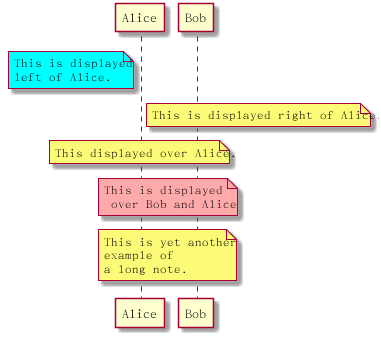
Earlier version of the PlantUML export draw/plantuml/plantuml17.png (lsytj0413/learn-note).
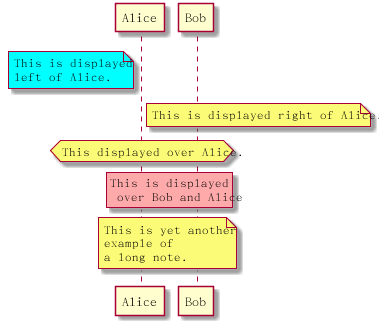
After the change.

The edit, as a diff of the source:
```diff
@@ -9,9 +9,9 @@
 
 note right of Alice : This is displayed right of Alice.
 
-note over Alice: This displayed over Alice.
+hnote over Alice: This displayed over Alice.
 
-note over Alice, Bob #FFAAAA: This is displayed\n over Bob and Alice
+rnote over Alice, Bob #FFAAAA: This is displayed\n over Bob and Alice
 
 note over Bob, Alice
      This is yet another
```
